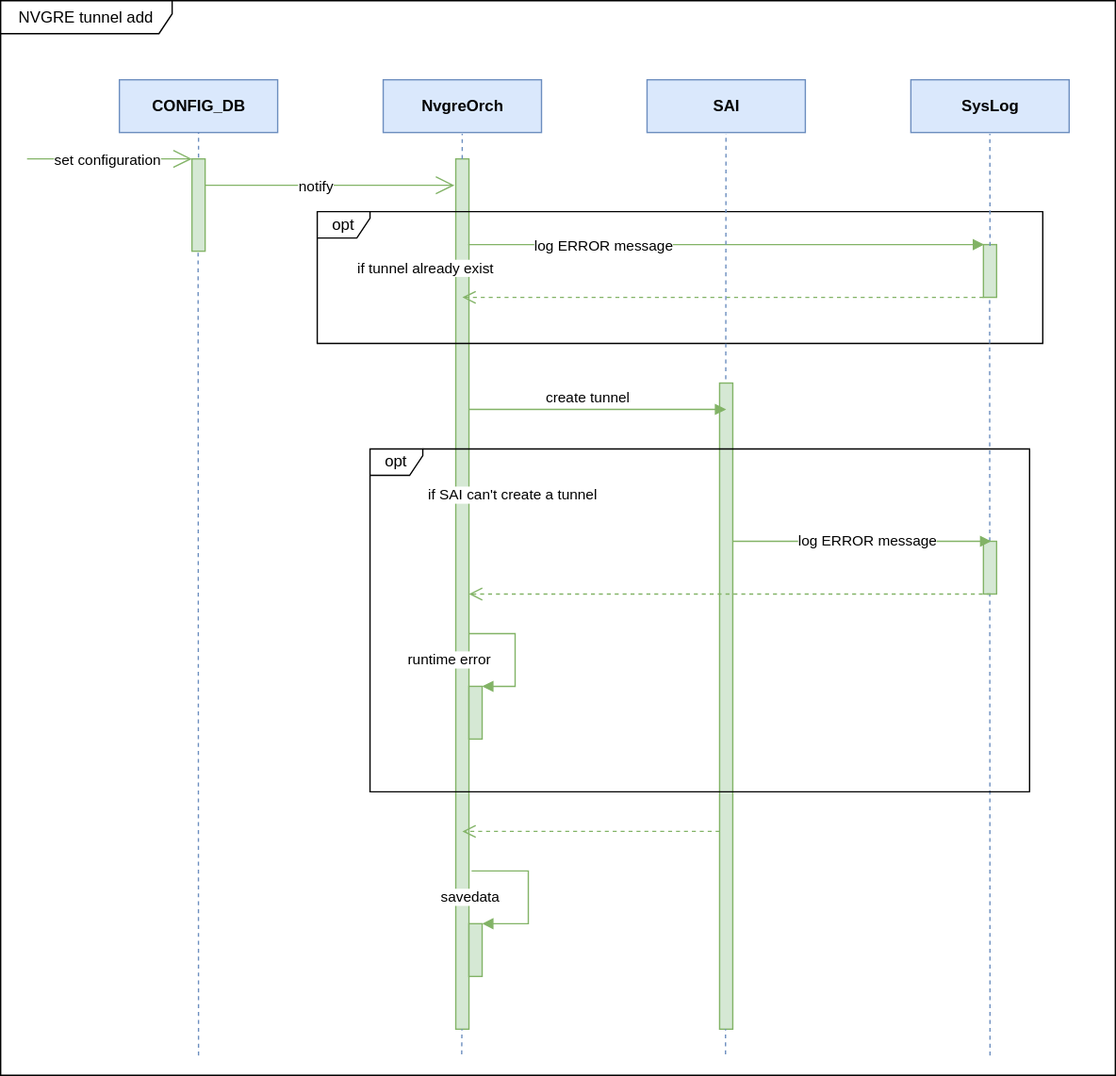
Before: doc/nvgre_tunnel/images/nvgre_tunnel_create_uml.svg, a diagram exported from draw.io (sonic-net/SONiC). Source tidied: cells renumbered, new cells last; positions are measured from the earlier drawing's top-left corner, leaving out a move shared by most shapes. Source of this version:
```xml
<mxGraphModel>
  <root>
    <mxCell id="0" />
    <mxCell id="1" parent="0" />
    <mxCell id="2" value="&lt;b&gt;CONFIG_DB&lt;/b&gt;" style="html=1;fillColor=#dae8fc;strokeColor=#6c8ebf;" parent="1" vertex="1">
      <mxGeometry x="90" y="60" width="120" height="40" as="geometry" />
    </mxCell>
    <mxCell id="3" value="&lt;b&gt;NvgreOrch&lt;/b&gt;" style="html=1;fillColor=#dae8fc;strokeColor=#6c8ebf;" parent="1" vertex="1">
      <mxGeometry x="290" y="60" width="120" height="40" as="geometry" />
    </mxCell>
    <mxCell id="4" value="&lt;b&gt;SAI&lt;/b&gt;" style="html=1;fillColor=#dae8fc;strokeColor=#6c8ebf;" parent="1" vertex="1">
      <mxGeometry x="490" y="60" width="120" height="40" as="geometry" />
    </mxCell>
    <mxCell id="5" style="html=1;points=[];perimeter=orthogonalPerimeter;fillColor=#d5e8d4;strokeColor=#82b366;" parent="1" vertex="1">
      <mxGeometry x="145" y="120" width="10" height="70" as="geometry" />
    </mxCell>
    <mxCell id="6" style="endArrow=open;endFill=1;endSize=12;html=1;fillColor=#d5e8d4;strokeColor=#82b366;" parent="1" edge="1">
      <mxGeometry relative="1" as="geometry">
        <mxPoint x="20" y="120" as="sourcePoint" />
        <mxPoint x="145" y="120" as="targetPoint" />
      </mxGeometry>
    </mxCell>
    <mxCell id="7" value="set configuration" style="edgeLabel;html=1;align=center;verticalAlign=middle;" parent="6" vertex="1">
      <mxGeometry x="-0.28" y="3" relative="1" as="geometry">
        <mxPoint x="15" y="3" as="offset" />
      </mxGeometry>
    </mxCell>
    <mxCell id="8" style="html=1;points=[];perimeter=orthogonalPerimeter;fillColor=#d5e8d4;strokeColor=#82b366;" parent="1" vertex="1">
      <mxGeometry x="345" y="120" width="10" height="660" as="geometry" />
    </mxCell>
    <mxCell id="9" style="endArrow=open;endFill=1;endSize=12;html=1;fillColor=#d5e8d4;strokeColor=#82b366;" parent="1" edge="1">
      <mxGeometry relative="1" as="geometry">
        <mxPoint x="155" y="140" as="sourcePoint" />
        <mxPoint x="344" y="140" as="targetPoint" />
      </mxGeometry>
    </mxCell>
    <mxCell id="10" value="notify" style="edgeLabel;html=1;align=center;verticalAlign=middle;" parent="9" vertex="1">
      <mxGeometry x="-0.28" y="3" relative="1" as="geometry">
        <mxPoint x="15" y="3" as="offset" />
      </mxGeometry>
    </mxCell>
    <mxCell id="11" style="html=1;points=[];perimeter=orthogonalPerimeter;fillColor=#d5e8d4;strokeColor=#82b366;" parent="1" vertex="1">
      <mxGeometry x="545" y="290" width="10" height="490" as="geometry" />
    </mxCell>
    <mxCell id="12" value="opt" style="shape=umlFrame;whiteSpace=wrap;html=1;width=40;height=20;fillColor=#FFFFFF;" parent="1" vertex="1">
      <mxGeometry x="240" y="160" width="550" height="100" as="geometry" />
    </mxCell>
    <mxCell id="13" value="if tunnel already exist" style="edgeLabel;html=1;align=center;verticalAlign=middle;" parent="1" vertex="1">
      <mxGeometry x="320" y="205" as="geometry">
        <mxPoint x="1" y="-2" as="offset" />
      </mxGeometry>
    </mxCell>
    <mxCell id="14" value="&lt;b&gt;SysLog&lt;/b&gt;" style="html=1;fillColor=#dae8fc;strokeColor=#6c8ebf;" parent="1" vertex="1">
      <mxGeometry x="690" y="60" width="120" height="40" as="geometry" />
    </mxCell>
    <mxCell id="15" style="html=1;perimeter=orthogonalPerimeter;fillColor=#d5e8d4;strokeColor=#82b366;" parent="1" vertex="1">
      <mxGeometry x="745" y="185" width="10" height="40" as="geometry" />
    </mxCell>
    <mxCell id="16" value="log ERROR message" style="edgeStyle=orthogonalEdgeStyle;html=1;align=left;spacingLeft=2;endArrow=block;rounded=0;shadow=0;fillColor=#d5e8d4;strokeColor=#82b366;" parent="1" edge="1">
      <mxGeometry x="-0.77" y="-1" relative="1" as="geometry">
        <mxPoint x="354.5" y="185" as="sourcePoint" />
        <mxPoint x="745.5" y="185" as="targetPoint" />
        <Array as="points">
          <mxPoint x="354.5" y="185" />
        </Array>
      </mxGeometry>
    </mxCell>
    <mxCell id="17" style="html=1;verticalAlign=bottom;endArrow=open;dashed=1;endSize=8;shadow=0;fillColor=#d5e8d4;strokeColor=#82b366;" parent="1" edge="1">
      <mxGeometry relative="1" as="geometry">
        <mxPoint x="745" y="225" as="sourcePoint" />
        <mxPoint x="350" y="225" as="targetPoint" />
      </mxGeometry>
    </mxCell>
    <mxCell id="18" style="endArrow=none;dashed=1;html=1;shadow=0;fillColor=#dae8fc;strokeColor=#6c8ebf;" parent="1" edge="1">
      <mxGeometry relative="1" as="geometry">
        <mxPoint x="150" y="119" as="sourcePoint" />
        <mxPoint x="150" y="100" as="targetPoint" />
      </mxGeometry>
    </mxCell>
    <mxCell id="19" style="endArrow=none;dashed=1;html=1;shadow=0;fillColor=#dae8fc;strokeColor=#6c8ebf;" parent="1" edge="1">
      <mxGeometry relative="1" as="geometry">
        <mxPoint x="349.9" y="120" as="sourcePoint" />
        <mxPoint x="349.9" y="101" as="targetPoint" />
      </mxGeometry>
    </mxCell>
    <mxCell id="20" style="endArrow=none;dashed=1;html=1;shadow=0;fillColor=#dae8fc;strokeColor=#6c8ebf;exitX=0.469;exitY=-0.006;exitDx=0;exitDy=0;exitPerimeter=0;" parent="1" edge="1" source="11">
      <mxGeometry relative="1" as="geometry">
        <mxPoint x="549.9" y="101" as="targetPoint" />
      </mxGeometry>
    </mxCell>
    <mxCell id="21" style="endArrow=none;dashed=1;html=1;shadow=0;fillColor=#dae8fc;strokeColor=#6c8ebf;" parent="1" edge="1">
      <mxGeometry relative="1" as="geometry">
        <mxPoint x="750" y="186" as="sourcePoint" />
        <mxPoint x="749.9" y="101" as="targetPoint" />
      </mxGeometry>
    </mxCell>
    <mxCell id="22" style="endArrow=none;dashed=1;html=1;shadow=0;fillColor=#dae8fc;strokeColor=#6c8ebf;" parent="1" edge="1">
      <mxGeometry relative="1" as="geometry">
        <mxPoint x="750" y="800" as="sourcePoint" />
        <mxPoint x="749.7" y="225" as="targetPoint" />
      </mxGeometry>
    </mxCell>
    <mxCell id="23" style="endArrow=none;dashed=1;html=1;shadow=0;fillColor=#dae8fc;strokeColor=#6c8ebf;entryX=0.467;entryY=1.018;entryDx=0;entryDy=0;entryPerimeter=0;" parent="1" edge="1" target="5">
      <mxGeometry relative="1" as="geometry">
        <mxPoint x="150" y="800" as="sourcePoint" />
      </mxGeometry>
    </mxCell>
    <mxCell id="24" style="endArrow=none;dashed=1;html=1;shadow=0;fillColor=#dae8fc;strokeColor=#6c8ebf;" parent="1" edge="1">
      <mxGeometry relative="1" as="geometry">
        <mxPoint x="349.5" y="799" as="sourcePoint" />
        <mxPoint x="349.5" y="780" as="targetPoint" />
        <Array as="points">
          <mxPoint x="349.7" y="780" />
        </Array>
      </mxGeometry>
    </mxCell>
    <mxCell id="25" style="endArrow=none;dashed=1;html=1;shadow=0;fillColor=#dae8fc;strokeColor=#6c8ebf;" parent="1" edge="1">
      <mxGeometry relative="1" as="geometry">
        <mxPoint x="549.5" y="799" as="sourcePoint" />
        <mxPoint x="549.5" y="780" as="targetPoint" />
      </mxGeometry>
    </mxCell>
    <mxCell id="26" value="NVGRE tunnel add" style="shape=umlFrame;whiteSpace=wrap;html=1;fillColor=#FFFFFF;width=130;height=25;" parent="1" vertex="1">
      <mxGeometry width="845" height="815" as="geometry" />
    </mxCell>
    <mxCell id="27" style="html=1;points=[];perimeter=orthogonalPerimeter;fillColor=#d5e8d4;strokeColor=#82b366;" parent="1" vertex="1">
      <mxGeometry x="355" y="700" width="10" height="40" as="geometry" />
    </mxCell>
    <mxCell id="28" value="savedata" style="edgeStyle=orthogonalEdgeStyle;html=1;align=left;spacingLeft=2;endArrow=block;rounded=0;entryX=1;entryY=0;fillColor=#d5e8d4;strokeColor=#82b366;" parent="1" edge="1" target="27">
      <mxGeometry x="-1" y="-34" relative="1" as="geometry">
        <mxPoint x="357" y="660" as="sourcePoint" />
        <Array as="points">
          <mxPoint x="400" y="660" />
          <mxPoint x="400" y="700" />
        </Array>
        <mxPoint x="-27" y="-14" as="offset" />
      </mxGeometry>
    </mxCell>
    <mxCell id="29" value="create tunnel" style="html=1;verticalAlign=bottom;endArrow=block;fillColor=#d5e8d4;strokeColor=#82b366;" parent="1" edge="1">
      <mxGeometry x="-0.08" relative="1" as="geometry">
        <mxPoint x="355" y="310" as="sourcePoint" />
        <mxPoint x="550" y="310" as="targetPoint" />
      </mxGeometry>
    </mxCell>
    <mxCell id="30" style="html=1;verticalAlign=bottom;endArrow=open;dashed=1;endSize=8;fillColor=#d5e8d4;strokeColor=#82b366;" parent="1" edge="1">
      <mxGeometry relative="1" as="geometry">
        <mxPoint x="545" y="630" as="sourcePoint" />
        <mxPoint x="350" y="630" as="targetPoint" />
      </mxGeometry>
    </mxCell>
    <mxCell id="31" value="opt" style="shape=umlFrame;whiteSpace=wrap;html=1;width=40;height=20;fillColor=#FFFFFF;" parent="1" vertex="1">
      <mxGeometry x="280" y="340" width="500" height="260" as="geometry" />
    </mxCell>
    <mxCell id="32" style="html=1;perimeter=orthogonalPerimeter;fillColor=#d5e8d4;strokeColor=#82b366;" parent="1" vertex="1">
      <mxGeometry x="745" y="410" width="10" height="40" as="geometry" />
    </mxCell>
    <mxCell id="33" style="html=1;points=[];perimeter=orthogonalPerimeter;fillColor=#d5e8d4;strokeColor=#82b366;" parent="1" vertex="1">
      <mxGeometry x="355" y="520" width="10" height="40" as="geometry" />
    </mxCell>
    <mxCell id="34" value="runtime error" style="edgeStyle=orthogonalEdgeStyle;html=1;align=left;spacingLeft=2;endArrow=block;rounded=0;entryX=1;entryY=0;fillColor=#d5e8d4;strokeColor=#82b366;" parent="1" edge="1" source="8" target="33">
      <mxGeometry x="-1" y="-54" relative="1" as="geometry">
        <Array as="points">
          <mxPoint x="390" y="480" />
          <mxPoint x="390" y="520" />
        </Array>
        <mxPoint x="-50" y="-34" as="offset" />
      </mxGeometry>
    </mxCell>
    <mxCell id="35" value="log ERROR message" style="edgeStyle=orthogonalEdgeStyle;html=1;align=left;spacingLeft=2;endArrow=block;rounded=0;shadow=0;fillColor=#d5e8d4;strokeColor=#82b366;" parent="1" edge="1">
      <mxGeometry x="-0.53" relative="1" as="geometry">
        <mxPoint x="555" y="410" as="sourcePoint" />
        <mxPoint x="751" y="410" as="targetPoint" />
        <Array as="points">
          <mxPoint x="555" y="410" />
        </Array>
      </mxGeometry>
    </mxCell>
    <mxCell id="36" style="html=1;verticalAlign=bottom;endArrow=open;dashed=1;endSize=8;shadow=0;fillColor=#d5e8d4;strokeColor=#82b366;" parent="1" edge="1">
      <mxGeometry relative="1" as="geometry">
        <mxPoint x="750.5" y="450" as="sourcePoint" />
        <mxPoint x="355" y="450" as="targetPoint" />
      </mxGeometry>
    </mxCell>
    <mxCell id="37" value="if SAI can't create a tunnel" style="edgeLabel;html=1;align=center;verticalAlign=middle;" parent="1" vertex="1">
      <mxGeometry x="435" y="320" as="geometry">
        <mxPoint x="-48" y="55" as="offset" />
      </mxGeometry>
    </mxCell>
  </root>
</mxGraphModel>
```
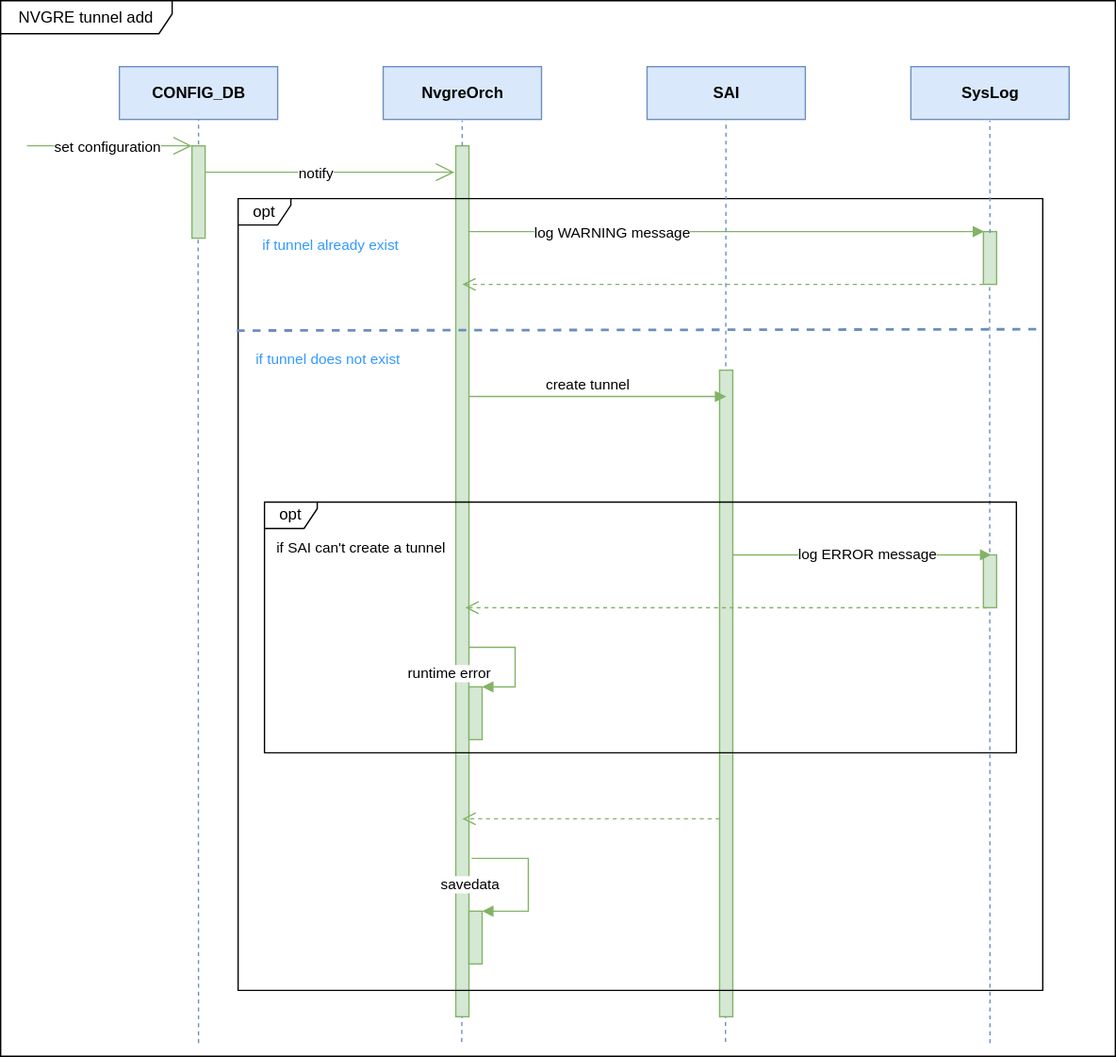
After the change.

Diff of the diagram source:
```diff
@@ -43,11 +43,11 @@
       <mxGeometry x="545" y="290" width="10" height="490" as="geometry" />
     </mxCell>
     <mxCell id="12" value="opt" style="shape=umlFrame;whiteSpace=wrap;html=1;width=40;height=20;fillColor=#FFFFFF;" parent="1" vertex="1">
-      <mxGeometry x="240" y="160" width="550" height="100" as="geometry" />
+      <mxGeometry x="180" y="160" width="610" height="600" as="geometry" />
     </mxCell>
-    <mxCell id="13" value="if tunnel already exist" style="edgeLabel;html=1;align=center;verticalAlign=middle;" parent="1" vertex="1">
-      <mxGeometry x="320" y="205" as="geometry">
-        <mxPoint x="1" y="-2" as="offset" />
+    <mxCell id="13" value="&lt;font color=&quot;#3399ff&quot;&gt;if tunnel already exist&lt;/font&gt;" style="edgeLabel;html=1;align=center;verticalAlign=middle;" parent="1" vertex="1">
+      <mxGeometry x="270" y="200" as="geometry">
+        <mxPoint x="-21" y="-5" as="offset" />
       </mxGeometry>
     </mxCell>
     <mxCell id="14" value="&lt;b&gt;SysLog&lt;/b&gt;" style="html=1;fillColor=#dae8fc;strokeColor=#6c8ebf;" parent="1" vertex="1">
@@ -56,7 +56,7 @@
     <mxCell id="15" style="html=1;perimeter=orthogonalPerimeter;fillColor=#d5e8d4;strokeColor=#82b366;" parent="1" vertex="1">
       <mxGeometry x="745" y="185" width="10" height="40" as="geometry" />
     </mxCell>
-    <mxCell id="16" value="log ERROR message" style="edgeStyle=orthogonalEdgeStyle;html=1;align=left;spacingLeft=2;endArrow=block;rounded=0;shadow=0;fillColor=#d5e8d4;strokeColor=#82b366;" parent="1" edge="1">
+    <mxCell id="16" value="log WARNING message" style="edgeStyle=orthogonalEdgeStyle;html=1;align=left;spacingLeft=2;endArrow=block;rounded=0;shadow=0;fillColor=#d5e8d4;strokeColor=#82b366;" parent="1" edge="1">
       <mxGeometry x="-0.77" y="-1" relative="1" as="geometry">
         <mxPoint x="354.5" y="185" as="sourcePoint" />
         <mxPoint x="745.5" y="185" as="targetPoint" />
@@ -121,7 +121,7 @@
       </mxGeometry>
     </mxCell>
     <mxCell id="26" value="NVGRE tunnel add" style="shape=umlFrame;whiteSpace=wrap;html=1;fillColor=#FFFFFF;width=130;height=25;" parent="1" vertex="1">
-      <mxGeometry width="845" height="815" as="geometry" />
+      <mxGeometry y="10" width="845" height="800" as="geometry" />
     </mxCell>
     <mxCell id="27" style="html=1;points=[];perimeter=orthogonalPerimeter;fillColor=#d5e8d4;strokeColor=#82b366;" parent="1" vertex="1">
       <mxGeometry x="355" y="700" width="10" height="40" as="geometry" />
@@ -149,42 +149,52 @@
       </mxGeometry>
     </mxCell>
     <mxCell id="31" value="opt" style="shape=umlFrame;whiteSpace=wrap;html=1;width=40;height=20;fillColor=#FFFFFF;" parent="1" vertex="1">
-      <mxGeometry x="280" y="340" width="500" height="260" as="geometry" />
+      <mxGeometry x="200" y="390" width="570" height="190" as="geometry" />
     </mxCell>
     <mxCell id="32" style="html=1;perimeter=orthogonalPerimeter;fillColor=#d5e8d4;strokeColor=#82b366;" parent="1" vertex="1">
-      <mxGeometry x="745" y="410" width="10" height="40" as="geometry" />
+      <mxGeometry x="745" y="430" width="10" height="40" as="geometry" />
     </mxCell>
     <mxCell id="33" style="html=1;points=[];perimeter=orthogonalPerimeter;fillColor=#d5e8d4;strokeColor=#82b366;" parent="1" vertex="1">
-      <mxGeometry x="355" y="520" width="10" height="40" as="geometry" />
+      <mxGeometry x="355" y="530" width="10" height="40" as="geometry" />
     </mxCell>
     <mxCell id="34" value="runtime error" style="edgeStyle=orthogonalEdgeStyle;html=1;align=left;spacingLeft=2;endArrow=block;rounded=0;entryX=1;entryY=0;fillColor=#d5e8d4;strokeColor=#82b366;" parent="1" edge="1" source="8" target="33">
       <mxGeometry x="-1" y="-54" relative="1" as="geometry">
         <Array as="points">
-          <mxPoint x="390" y="480" />
-          <mxPoint x="390" y="520" />
+          <mxPoint x="390" y="500" />
+          <mxPoint x="390" y="530" />
         </Array>
         <mxPoint x="-50" y="-34" as="offset" />
       </mxGeometry>
     </mxCell>
     <mxCell id="35" value="log ERROR message" style="edgeStyle=orthogonalEdgeStyle;html=1;align=left;spacingLeft=2;endArrow=block;rounded=0;shadow=0;fillColor=#d5e8d4;strokeColor=#82b366;" parent="1" edge="1">
       <mxGeometry x="-0.53" relative="1" as="geometry">
-        <mxPoint x="555" y="410" as="sourcePoint" />
-        <mxPoint x="751" y="410" as="targetPoint" />
+        <mxPoint x="555" y="430" as="sourcePoint" />
+        <mxPoint x="751" y="430" as="targetPoint" />
         <Array as="points">
-          <mxPoint x="555" y="410" />
+          <mxPoint x="555" y="430" />
         </Array>
       </mxGeometry>
     </mxCell>
     <mxCell id="36" style="html=1;verticalAlign=bottom;endArrow=open;dashed=1;endSize=8;shadow=0;fillColor=#d5e8d4;strokeColor=#82b366;" parent="1" edge="1">
       <mxGeometry relative="1" as="geometry">
-        <mxPoint x="750.5" y="450" as="sourcePoint" />
-        <mxPoint x="355" y="450" as="targetPoint" />
+        <mxPoint x="747.8" y="470" as="sourcePoint" />
+        <mxPoint x="352.2" y="470" as="targetPoint" />
       </mxGeometry>
     </mxCell>
     <mxCell id="37" value="if SAI can't create a tunnel" style="edgeLabel;html=1;align=center;verticalAlign=middle;" parent="1" vertex="1">
-      <mxGeometry x="435" y="320" as="geometry">
+      <mxGeometry x="320" y="370" as="geometry">
         <mxPoint x="-48" y="55" as="offset" />
       </mxGeometry>
     </mxCell>
+    <mxCell id="38" style="endArrow=none;dashed=1;html=1;entryX=1;entryY=0.165;entryDx=0;entryDy=0;entryPerimeter=0;fillColor=#dae8fc;strokeColor=#6c8ebf;strokeWidth=2;" parent="1" edge="1" target="12">
+      <mxGeometry relative="1" as="geometry">
+        <mxPoint x="179" y="260" as="sourcePoint" />
+      </mxGeometry>
+    </mxCell>
+    <mxCell id="39" value="&lt;font color=&quot;#3399ff&quot;&gt;if tunnel does not exist&lt;/font&gt;" style="edgeLabel;html=1;align=center;verticalAlign=middle;" parent="1" vertex="1">
+      <mxGeometry x="300" y="130" as="geometry">
+        <mxPoint x="-53" y="152" as="offset" />
+      </mxGeometry>
+    </mxCell>
   </root>
 </mxGraphModel>
```
